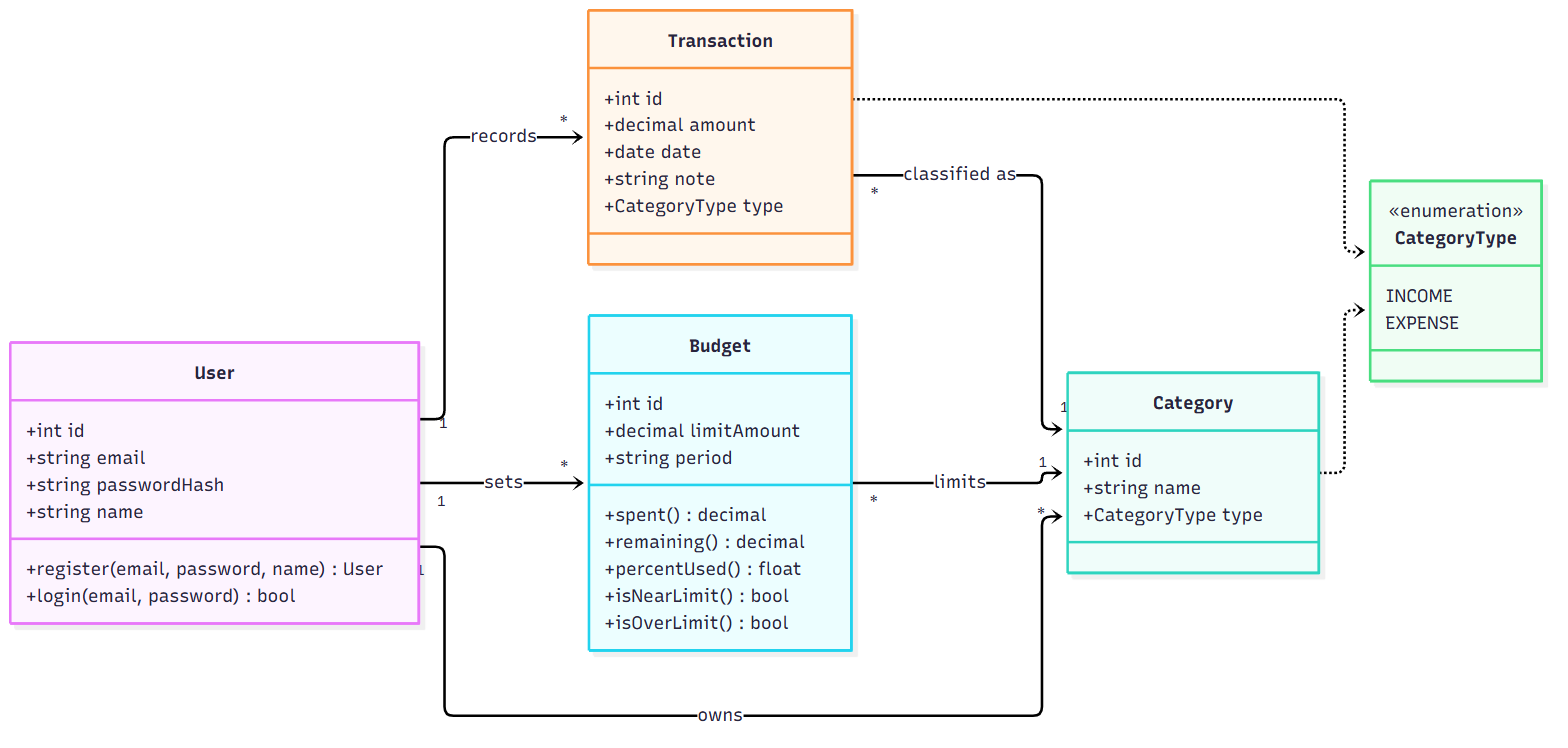
The Mermaid diagram docs/diagram-sources/te3/class-diagram.png in shreev2703/finance-budget-tracker, before a commit. Its source is kept beside it as docs/diagram-sources/te3/class-diagram.mmd.
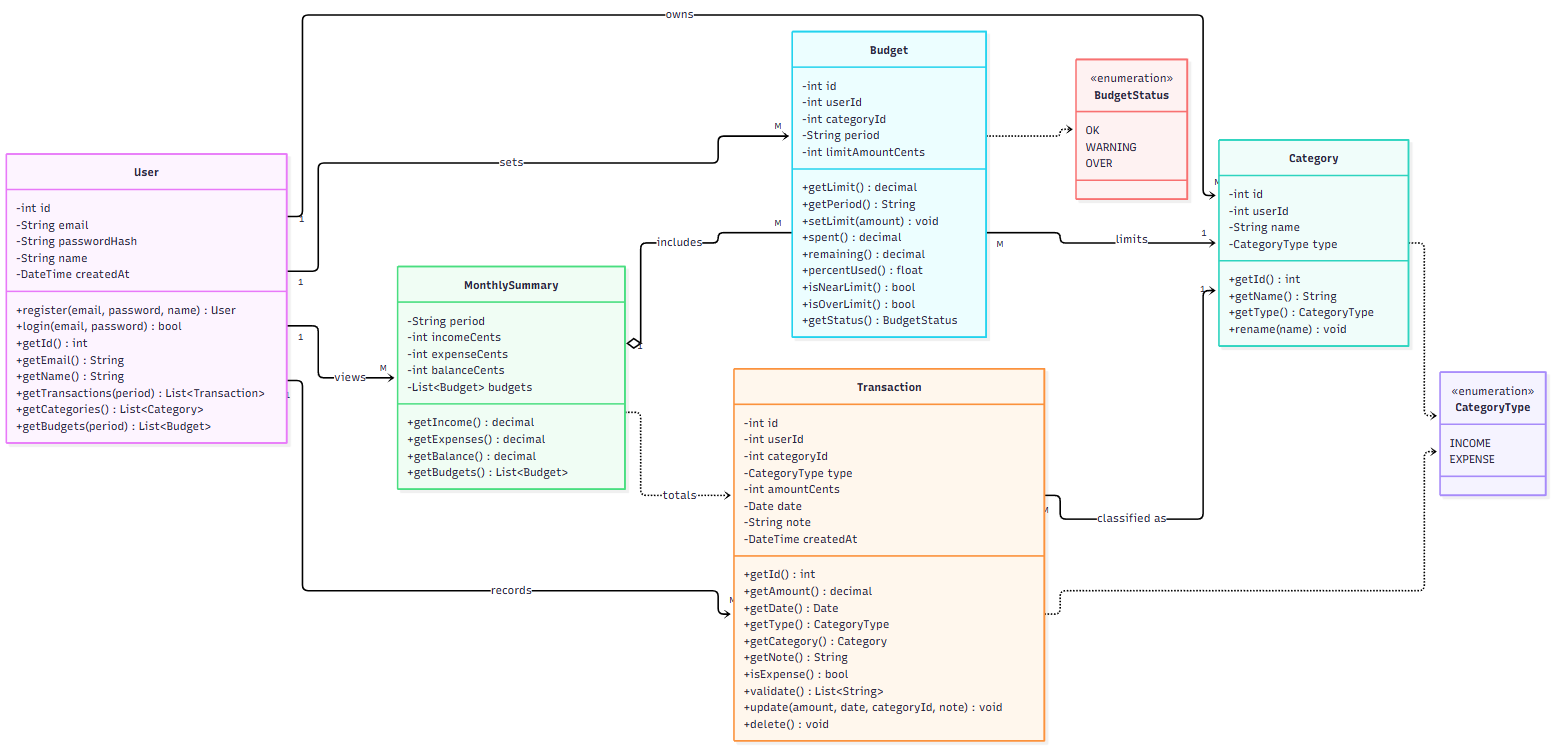
After the change.

Commit message:
docs(te3): make the UML class diagram encapsulated and match the app

Change to the diagram source:
```diff
@@ -1,38 +1,82 @@
+%%{init: {"class": {"hideEmptyMembersBox": true}}}%%
 classDiagram
   direction LR
 
   class User {
-    +int id
-    +string email
-    +string passwordHash
-    +string name
+    -int id
+    -String email
+    -String passwordHash
+    -String name
+    -DateTime createdAt
     +register(email, password, name) User
     +login(email, password) bool
+    +getId() int
+    +getEmail() String
+    +getName() String
+    +getTransactions(period) List~Transaction~
+    +getCategories() List~Category~
+    +getBudgets(period) List~Budget~
   }
 
   class Category {
-    +int id
-    +string name
-    +CategoryType type
+    -int id
+    -int userId
+    -String name
+    -CategoryType type
+    +getId() int
+    +getName() String
+    +getType() CategoryType
+    +rename(name) void
   }
 
   class Transaction {
-    +int id
-    +decimal amount
-    +date date
-    +string note
-    +CategoryType type
+    -int id
+    -int userId
+    -int categoryId
+    -CategoryType type
+    -int amountCents
+    -Date date
+    -String note
+    -DateTime createdAt
+    +getId() int
+    +getAmount() decimal
+    +getDate() Date
+    +getType() CategoryType
+    +getCategory() Category
+    +getNote() String
+    +isExpense() bool
+    +validate() List~String~
+    +update(amount, date, categoryId, note) void
+    +delete() void
   }
 
   class Budget {
-    +int id
-    +decimal limitAmount
-    +string period
+    -int id
+    -int userId
+    -int categoryId
+    -String period
+    -int limitAmountCents
+    +getLimit() decimal
+    +getPeriod() String
+    +setLimit(amount) void
     +spent() decimal
     +remaining() decimal
     +percentUsed() float
     +isNearLimit() bool
     +isOverLimit() bool
+    +getStatus() BudgetStatus
+  }
+
+  class MonthlySummary {
+    -String period
+    -int incomeCents
+    -int expenseCents
+    -int balanceCents
+    -List~Budget~ budgets
+    +getIncome() decimal
+    +getExpenses() decimal
+    +getBalance() decimal
+    +getBudgets() List~Budget~
   }
 
   class CategoryType {
@@ -41,10 +85,21 @@
     EXPENSE
   }
 
-  User "1" --> "*" Transaction : records
-  User "1" --> "*" Budget : sets
-  User "1" --> "*" Category : owns
-  Transaction "*" --> "1" Category : classified as
-  Budget "*" --> "1" Category : limits
+  class BudgetStatus {
+    <<enumeration>>
+    OK
+    WARNING
+    OVER
+  }
+
+  User "1" --> "M" Transaction : records
+  User "1" --> "M" Category : owns
+  User "1" --> "M" Budget : sets
+  User "1" --> "M" MonthlySummary : views
+  Transaction "M" --> "1" Category : classified as
+  Budget "M" --> "1" Category : limits
+  MonthlySummary "1" o-- "M" Budget : includes
+  MonthlySummary ..> Transaction : totals
   Category ..> CategoryType
   Transaction ..> CategoryType
+  Budget ..> BudgetStatus
```
